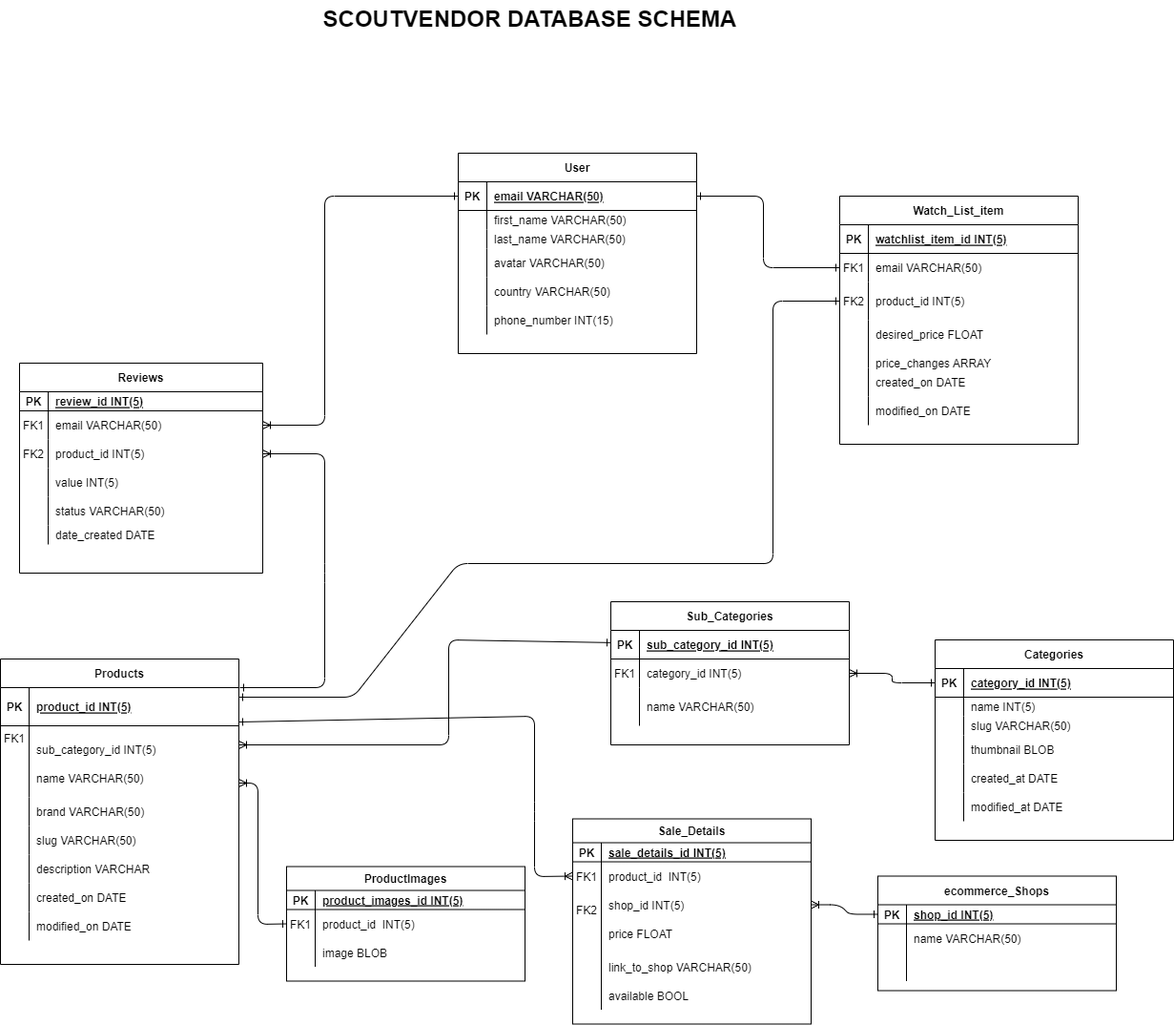
Above: ScoutVendor Database Schema.drawio.png in zuri-training/Team_26_Repo-Proj_Price_Compare (draw.io), before the change. Source tidied: cells renumbered, new cells last; positions are measured from the earlier drawing's top-left corner, leaving out a move shared by most shapes.
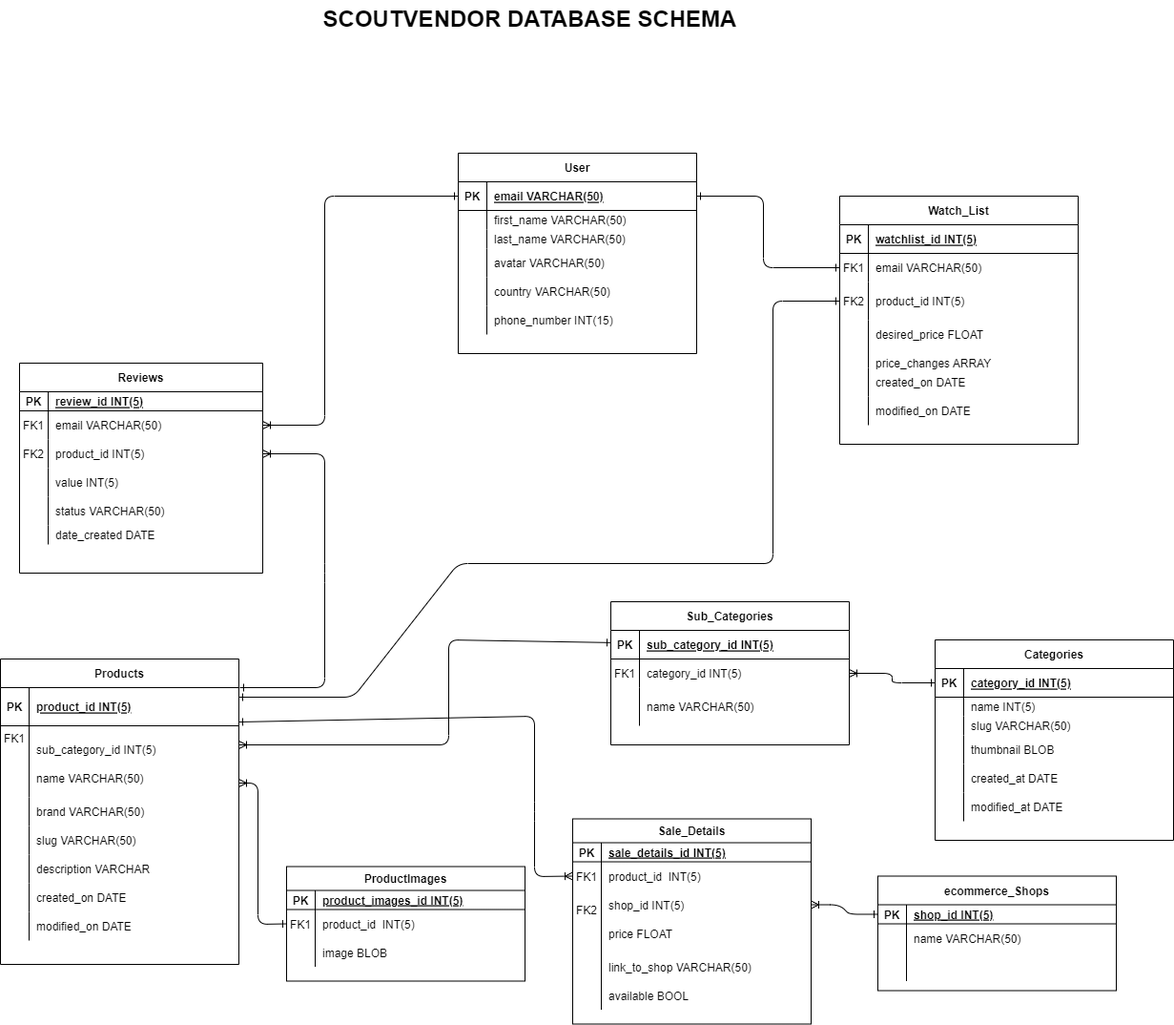
Later version of the same file.

The edit, as a diff of the source:
```diff
@@ -267,7 +267,7 @@
         </Array>
       </mxGeometry>
     </mxCell>
-    <mxCell id="84" value="Watch_List_item" style="shape=table;startSize=30;rowLines=0;fontStyle=1;align=center;" parent="1" vertex="1">
+    <mxCell id="84" value="Watch_List" style="shape=table;startSize=30;rowLines=0;fontStyle=1;align=center;" parent="1" vertex="1">
       <mxGeometry x="880" y="205" width="250" height="260" as="geometry" />
     </mxCell>
     <mxCell id="85" style="shape=partialRectangle;fillColor=none;top=0;left=0;right=0;bottom=1;" parent="84" vertex="1">
@@ -276,7 +276,7 @@
     <mxCell id="86" value="PK" style="shape=partialRectangle;overflow=hidden;fillColor=none;top=0;left=0;bottom=0;right=0;fontStyle=1;" parent="85" vertex="1">
       <mxGeometry width="30" height="30" as="geometry" />
     </mxCell>
-    <mxCell id="87" value="watchlist_item_id INT(5)   " style="shape=partialRectangle;overflow=hidden;fillColor=none;top=0;left=0;bottom=0;right=0;align=left;spacingLeft=6;fontStyle=5;" parent="85" vertex="1">
+    <mxCell id="87" value="watchlist_id INT(5)   " style="shape=partialRectangle;overflow=hidden;fillColor=none;top=0;left=0;bottom=0;right=0;align=left;spacingLeft=6;fontStyle=5;" parent="85" vertex="1">
       <mxGeometry x="30" width="220" height="30" as="geometry" />
     </mxCell>
     <mxCell id="88" style="shape=partialRectangle;fillColor=none;points=[[0,0.5],[1,0.5]];portConstraint=eastwest;top=0;left=0;right=0;bottom=0;" parent="84" vertex="1">
```
